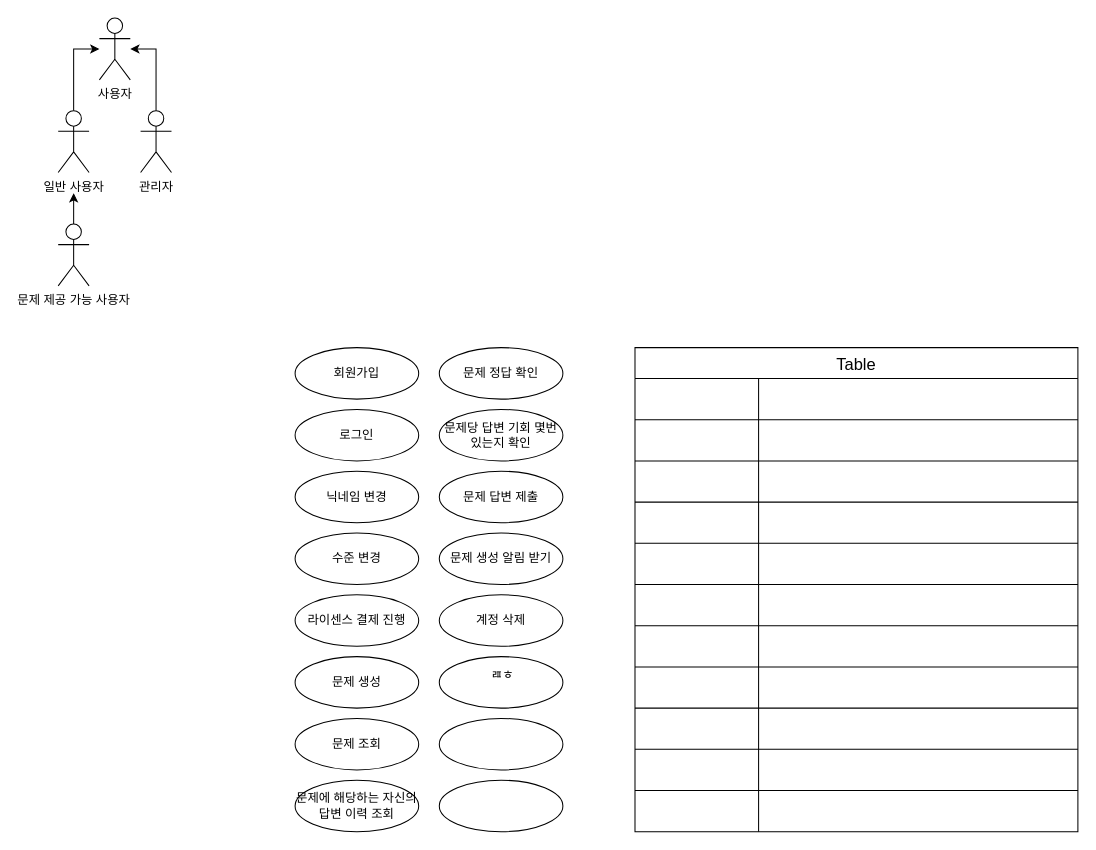
Before: 제목 없는 다이어그램.drawio in ryoya0427/run-project, a draw.io diagram. Source tidied: cells renumbered, new cells numbered last; positions are measured from the earlier drawing's top-left corner, leaving out a move shared by most shapes. Both pictures are drawn from the tidied source at 103%, with x=0, y=0 at pixel (58, 18).
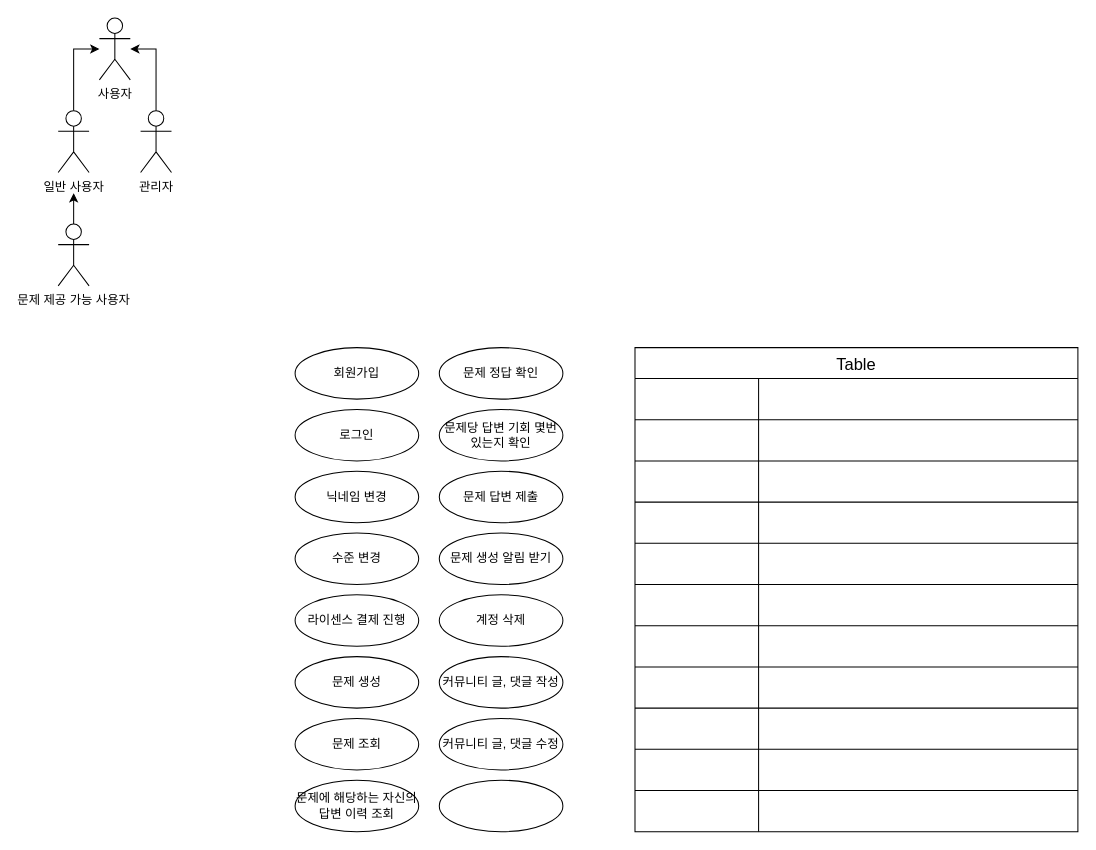
After the change.

Change to the diagram source:
```diff
@@
-    <mxCell id="22" value="&amp;nbsp;ㄿㅎ&lt;div&gt;&lt;br&gt;&lt;/div&gt;" style="ellipse;whiteSpace=wrap;html=1;" parent="1" vertex="1">
+    <mxCell id="22" value="커뮤니티 글, 댓글 작성" style="ellipse;whiteSpace=wrap;html=1;" parent="1" vertex="1">
       <mxGeometry x="370" y="620" width="120" height="50" as="geometry" />
     </mxCell>
-    <mxCell id="23" style="ellipse;whiteSpace=wrap;html=1;" parent="1" vertex="1">
+    <mxCell id="23" value="커뮤니티 글, 댓글 수정" style="ellipse;whiteSpace=wrap;html=1;" parent="1" vertex="1">
       <mxGeometry x="370" y="680" width="120" height="50" as="geometry" />
     </mxCell>
```
